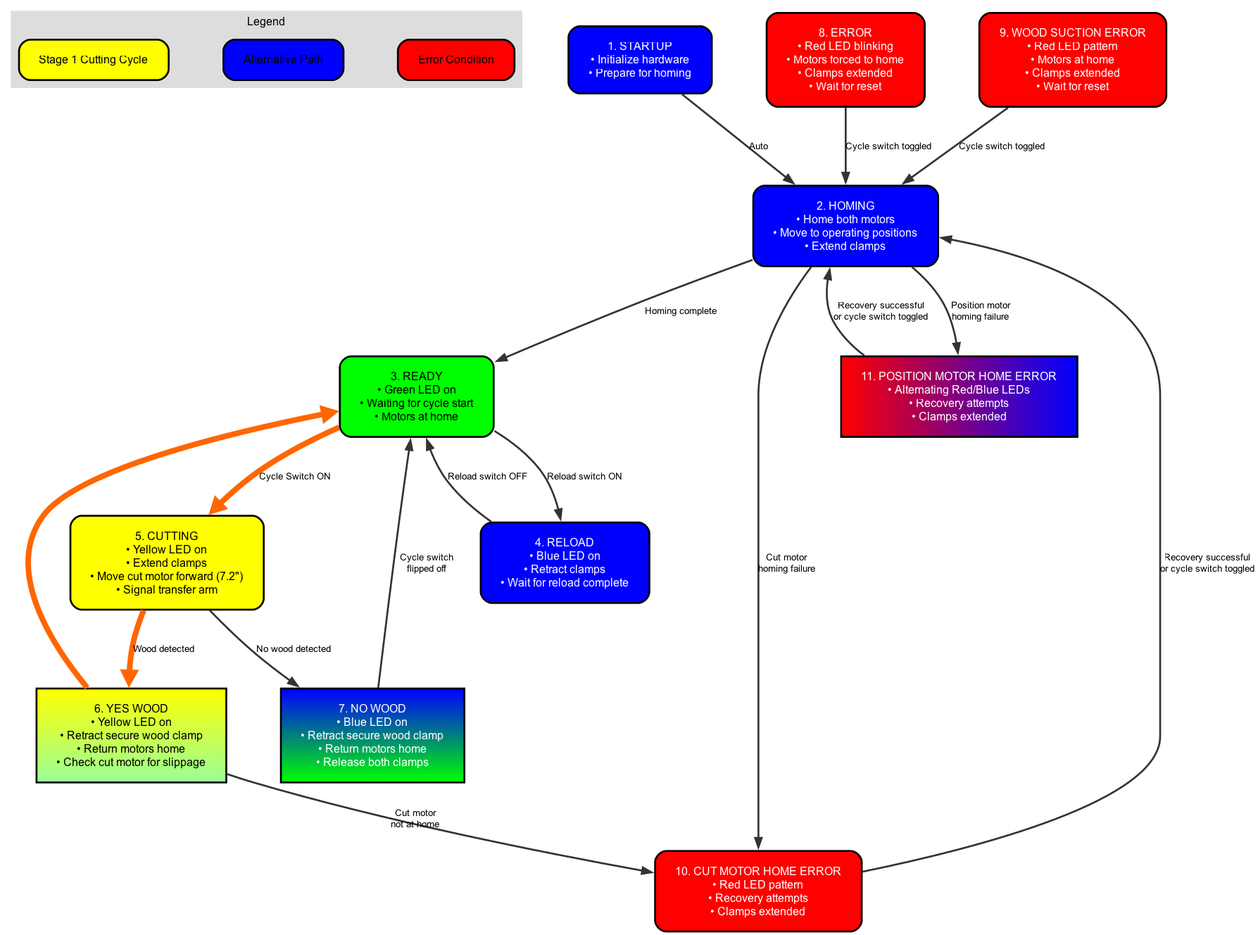
Above: flowcharts/png_files/cutting_machine_flowchart.png in akivaweil/Stage-1-Mar25 (Graphviz), before the change. Its source is kept beside it as flowcharts/dot_files/cutting_machine_flowchart.dot.
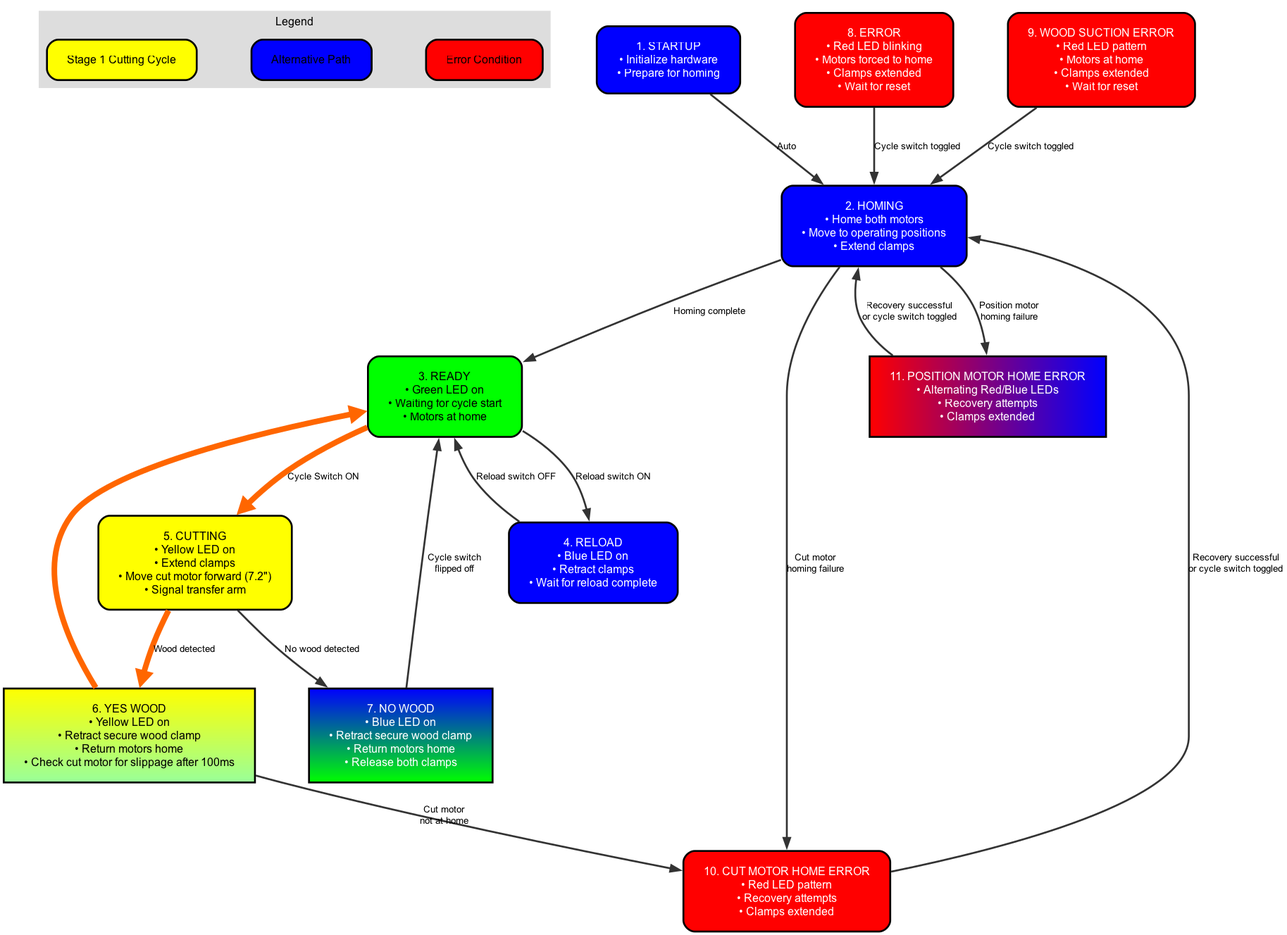
Later version of the same file.

Commit message:
Updated flowcharts with detailed descriptions for position clamp extension timing and cut motor slippage check

Change to the diagram source:
```diff
@@ -19,7 +19,7 @@
   READY [label="3. READY\n• Green LED on\n• Waiting for cycle start\n• Motors at home", fillcolor="#00FF00"];
   RELOAD [label="4. RELOAD\n• Blue LED on\n• Retract clamps\n• Wait for reload complete", fillcolor="#0000FF", fontcolor="white"];
   CUTTING [label="5. CUTTING\n• Yellow LED on\n• Extend clamps\n• Move cut motor forward (7.2\")\n• Signal transfer arm", fillcolor="#FFFF00"];
-  YESWOOD [label="6. YES WOOD\n• Yellow LED on\n• Retract secure wood clamp\n• Return motors home\n• Check cut motor for slippage", style="filled", fillcolor="#FFFF00:#99FF99", gradientangle=270];
+  YESWOOD [label="6. YES WOOD\n• Yellow LED on\n• Retract secure wood clamp\n• Return motors home\n• Check cut motor for slippage after 100ms", style="filled", fillcolor="#FFFF00:#99FF99", gradientangle=270];
   NOWOOD [label="7. NO WOOD\n• Blue LED on\n• Retract secure wood clamp\n• Return motors home\n• Release both clamps", style="filled", fillcolor="#0000FF:#00FF00", fontcolor="white", gradientangle=270];
   ERROR [label="8. ERROR\n• Red LED blinking\n• Motors forced to home\n• Clamps extended\n• Wait for reset", fillcolor="#FF0000", fontcolor="white"];
   WOOD_SUCTION_ERROR [label="9. WOOD SUCTION ERROR\n• Red LED pattern\n• Motors at home\n• Clamps extended\n• Wait for reset", fillcolor="#FF0000", fontcolor="white"];
```
